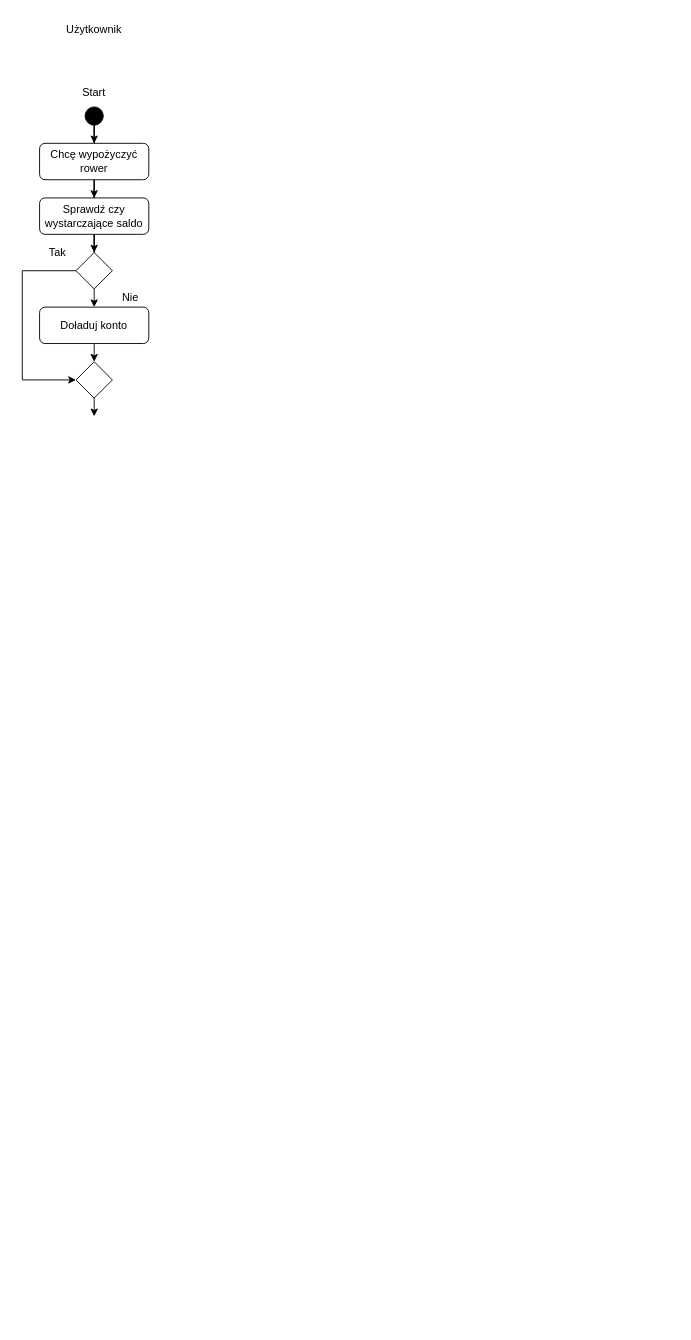
Earlier version of the draw.io diagram DiagramCzynnosci.drawio (KarolinaPiechowicz05/2024-12-31). Source tidied: cells renumbered, new cells numbered last; positions are measured from the earlier drawing's top-left corner, leaving out a move shared by most shapes. Both pictures are drawn from the tidied source at 91%, with x=0, y=0 at pixel (22, 15).
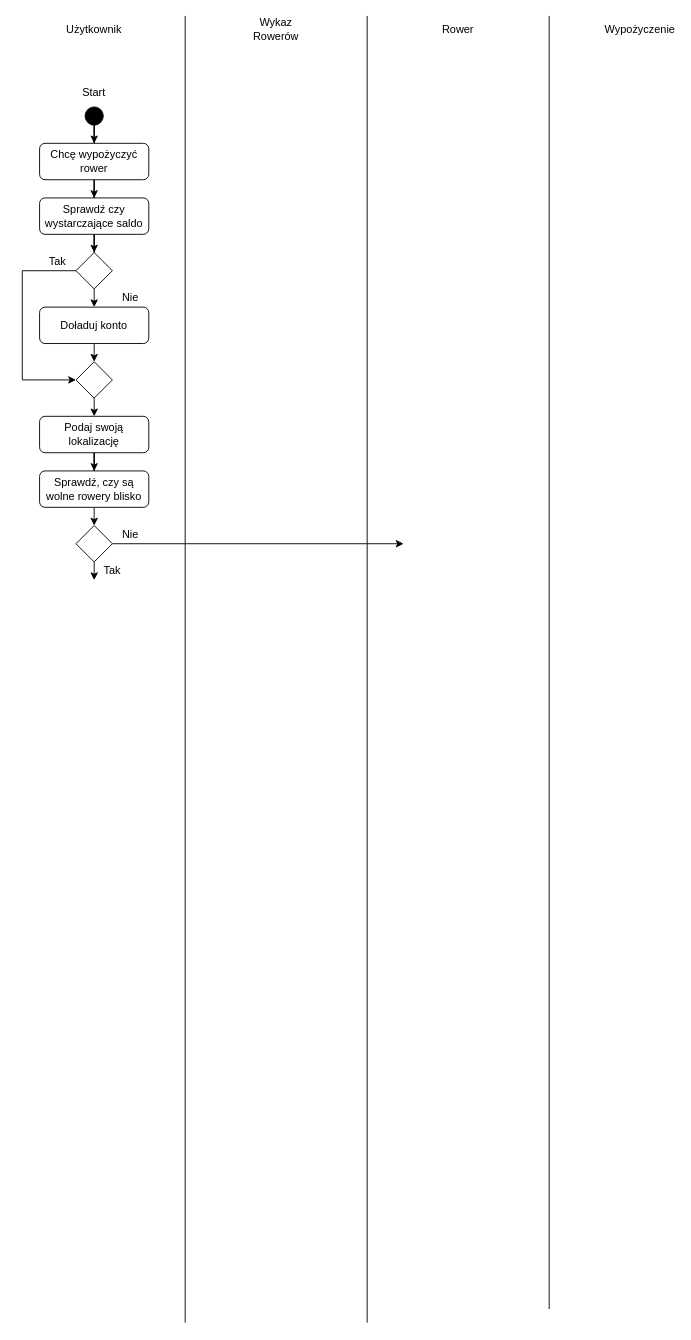
The same diagram, later.

What changed in the source:
```diff
@@
     <mxCell id="14" value="Tak" style="text;html=1;align=center;verticalAlign=middle;whiteSpace=wrap;rounded=0;" parent="1" vertex="1">
-      <mxGeometry x="19" y="250" width="40" height="20" as="geometry" />
+      <mxGeometry x="19" y="260" width="40" height="20" as="geometry" />
     </mxCell>
@@
+    <mxCell id="19" style="edgeStyle=orthogonalEdgeStyle;rounded=0;jettySize=auto;html=1;entryX=0.5;entryY=0;entryDx=0;entryDy=0;" parent="1" edge="1" source="20" target="22">
+      <mxGeometry relative="1" as="geometry" />
+    </mxCell>
+    <mxCell id="20" value="Podaj swoją lokalizację" style="rounded=1;whiteSpace=wrap;html=1;" parent="1" vertex="1">
+      <mxGeometry x="19" y="440" width="120" height="40" as="geometry" />
+    </mxCell>
+    <mxCell id="21" style="edgeStyle=orthogonalEdgeStyle;rounded=0;jettySize=auto;html=1;exitX=0.5;exitY=1;exitDx=0;exitDy=0;entryX=0.5;entryY=0;entryDx=0;entryDy=0;" parent="1" edge="1" source="22" target="25">
+      <mxGeometry relative="1" as="geometry" />
+    </mxCell>
+    <mxCell id="22" value="Sprawdź, czy są wolne rowery blisko" style="rounded=1;whiteSpace=wrap;html=1;" parent="1" vertex="1">
+      <mxGeometry x="19" y="500" width="120" height="40" as="geometry" />
+    </mxCell>
+    <mxCell id="23" style="edgeStyle=orthogonalEdgeStyle;rounded=0;jettySize=auto;html=1;" parent="1" edge="1" source="25">
+      <mxGeometry relative="1" as="geometry">
+        <mxPoint x="419" y="580" as="targetPoint" />
+      </mxGeometry>
+    </mxCell>
+    <mxCell id="24" style="edgeStyle=orthogonalEdgeStyle;rounded=0;jettySize=auto;html=1;" parent="1" edge="1" source="25">
+      <mxGeometry relative="1" as="geometry">
+        <mxPoint x="79" y="620" as="targetPoint" />
+      </mxGeometry>
+    </mxCell>
+    <mxCell id="25" style="rhombus;whiteSpace=wrap;html=1;" parent="1" vertex="1">
+      <mxGeometry x="59" y="560" width="40" height="40" as="geometry" />
+    </mxCell>
+    <mxCell id="26" value="Nie" style="text;html=1;align=center;verticalAlign=middle;whiteSpace=wrap;rounded=0;" parent="1" vertex="1">
+      <mxGeometry x="99" y="560" width="40" height="20" as="geometry" />
+    </mxCell>
+    <mxCell id="27" value="Tak" style="text;html=1;align=center;verticalAlign=middle;whiteSpace=wrap;rounded=0;" parent="1" vertex="1">
+      <mxGeometry x="79" y="600" width="40" height="20" as="geometry" />
+    </mxCell>
+    <mxCell id="28" style="endArrow=none;html=1;rounded=0;" parent="1" edge="1">
+      <mxGeometry relative="1" as="geometry">
+        <mxPoint x="179" y="1436" as="sourcePoint" />
+        <mxPoint x="179" as="targetPoint" />
+      </mxGeometry>
+    </mxCell>
+    <mxCell id="29" style="endArrow=none;html=1;rounded=0;" parent="1" edge="1">
+      <mxGeometry relative="1" as="geometry">
+        <mxPoint x="379" y="1436" as="sourcePoint" />
+        <mxPoint x="379" as="targetPoint" />
+      </mxGeometry>
+    </mxCell>
+    <mxCell id="30" style="endArrow=none;html=1;rounded=0;" parent="1" edge="1">
+      <mxGeometry relative="1" as="geometry">
+        <mxPoint x="579" y="1421" as="sourcePoint" />
+        <mxPoint x="579" as="targetPoint" />
+      </mxGeometry>
+    </mxCell>
+    <mxCell id="31" value="Wykaz Rowerów" style="text;html=1;align=center;verticalAlign=middle;whiteSpace=wrap;rounded=0;" parent="1" vertex="1">
+      <mxGeometry x="249" width="60" height="30" as="geometry" />
+    </mxCell>
+    <mxCell id="32" value="Rower" style="text;html=1;align=center;verticalAlign=middle;whiteSpace=wrap;rounded=0;" parent="1" vertex="1">
+      <mxGeometry x="449" width="60" height="30" as="geometry" />
+    </mxCell>
+    <mxCell id="33" value="Wypożyczenie" style="text;html=1;align=center;verticalAlign=middle;whiteSpace=wrap;rounded=0;" parent="1" vertex="1">
+      <mxGeometry x="649" width="60" height="30" as="geometry" />
+    </mxCell>
```
